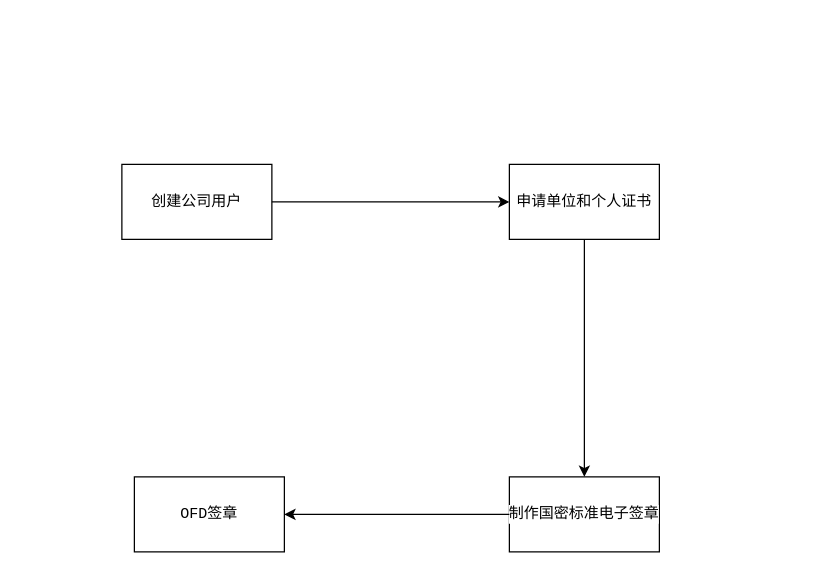
Before: page "SAAS签章流程" (3 of 3) of source/可信数据交换一体机功能清单.drawio in SmileCJX/processon, a draw.io diagram. Source tidied: cells renumbered, new cells numbered last; positions are measured from the earlier drawing's top-left corner, leaving out a move shared by most shapes. Both pictures are drawn from the tidied source at 125%, with x=0, y=0 at pixel (121, 164).
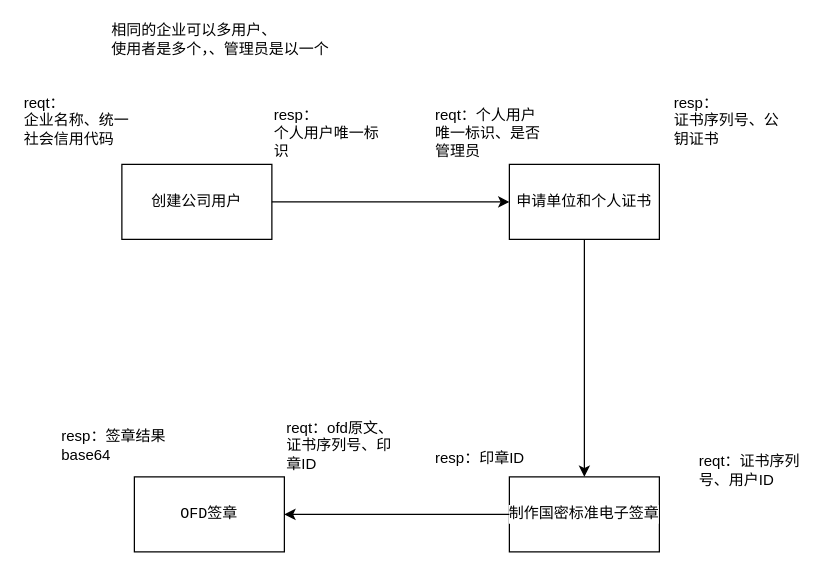
The same page after the edit.

Commit message:
更新可信数据交换一体机功能清单.drawio

Diff of the diagram source:
```diff
@@
 <mxGraphModel>
   <root>
     <mxCell id="0" />
     <mxCell id="1" parent="0" />
     <mxCell id="2" value="申请单位和个人证书" style="rounded=0;whiteSpace=wrap;html=1;" parent="1" vertex="1">
       <mxGeometry x="310" width="120" height="60" as="geometry" />
     </mxCell>
     <mxCell id="3" value="创建公司用户" style="rounded=0;whiteSpace=wrap;html=1;" parent="1" vertex="1">
       <mxGeometry width="120" height="60" as="geometry" />
     </mxCell>
     <mxCell id="4" style="endArrow=classic;html=1;exitX=1;exitY=0.5;exitDx=0;exitDy=0;entryX=0;entryY=0.5;entryDx=0;entryDy=0;" parent="1" edge="1" source="3" target="2">
       <mxGeometry relative="1" as="geometry" />
     </mxCell>
     <mxCell id="5" value="&lt;pre style=&quot;background-color: rgb(255 , 255 , 255) ; font-size: 9pt&quot;&gt;制作国密标准电子签章&lt;/pre&gt;" style="rounded=0;whiteSpace=wrap;html=1;" parent="1" vertex="1">
       <mxGeometry x="310" y="250" width="120" height="60" as="geometry" />
     </mxCell>
     <mxCell id="6" style="endArrow=classic;html=1;exitX=0.5;exitY=1;exitDx=0;exitDy=0;" parent="1" edge="1" source="2" target="5">
       <mxGeometry relative="1" as="geometry" />
     </mxCell>
     <mxCell id="7" value="&lt;pre style=&quot;background-color: rgb(255 , 255 , 255) ; font-size: 9pt&quot;&gt;OFD签章&lt;/pre&gt;" style="rounded=0;whiteSpace=wrap;html=1;" parent="1" vertex="1">
       <mxGeometry x="10" y="250" width="120" height="60" as="geometry" />
     </mxCell>
     <mxCell id="8" style="endArrow=classic;html=1;exitX=0;exitY=0.5;exitDx=0;exitDy=0;entryX=1;entryY=0.5;entryDx=0;entryDy=0;" parent="1" edge="1" source="5" target="7">
       <mxGeometry relative="1" as="geometry" />
     </mxCell>
+    <mxCell id="9" value="resp：&lt;br&gt;个人用户唯一标识" style="text;html=1;strokeColor=none;fillColor=none;align=left;verticalAlign=middle;whiteSpace=wrap;rounded=0;" parent="1" vertex="1">
+      <mxGeometry x="120" y="-40" width="90" height="30" as="geometry" />
+    </mxCell>
+    <mxCell id="10" value="reqt：&lt;br&gt;企业名称、统一社会信用代码" style="text;html=1;strokeColor=none;fillColor=none;align=left;verticalAlign=middle;whiteSpace=wrap;rounded=0;" parent="1" vertex="1">
+      <mxGeometry x="-80" y="-50" width="90" height="30" as="geometry" />
+    </mxCell>
+    <mxCell id="11" value="reqt：个人用户唯一标识、是否管理员" style="text;html=1;strokeColor=none;fillColor=none;align=left;verticalAlign=middle;whiteSpace=wrap;rounded=0;" parent="1" vertex="1">
+      <mxGeometry x="249" y="-40" width="90" height="30" as="geometry" />
+    </mxCell>
+    <mxCell id="12" value="resp：&lt;br&gt;证书序列号、公钥证书" style="text;html=1;strokeColor=none;fillColor=none;align=left;verticalAlign=middle;whiteSpace=wrap;rounded=0;" parent="1" vertex="1">
+      <mxGeometry x="440" y="-50" width="90" height="30" as="geometry" />
+    </mxCell>
+    <mxCell id="13" value="reqt：证书序列号、用户ID" style="text;html=1;strokeColor=none;fillColor=none;align=left;verticalAlign=middle;whiteSpace=wrap;rounded=0;" parent="1" vertex="1">
+      <mxGeometry x="460" y="230" width="90" height="30" as="geometry" />
+    </mxCell>
+    <mxCell id="14" value="resp：印章ID" style="text;html=1;strokeColor=none;fillColor=none;align=left;verticalAlign=middle;whiteSpace=wrap;rounded=0;" parent="1" vertex="1">
+      <mxGeometry x="249" y="220" width="90" height="30" as="geometry" />
+    </mxCell>
+    <mxCell id="15" value="reqt：ofd原文、证书序列号、印章ID" style="text;html=1;strokeColor=none;fillColor=none;align=left;verticalAlign=middle;whiteSpace=wrap;rounded=0;" parent="1" vertex="1">
+      <mxGeometry x="130" y="210" width="90" height="30" as="geometry" />
+    </mxCell>
+    <mxCell id="16" value="resp：签章结果base64" style="text;html=1;strokeColor=none;fillColor=none;align=left;verticalAlign=middle;whiteSpace=wrap;rounded=0;" parent="1" vertex="1">
+      <mxGeometry x="-50" y="210" width="90" height="30" as="geometry" />
+    </mxCell>
+    <mxCell id="17" value="相同的企业可以多用户、&lt;br&gt;使用者是多个，、管理员是以一个" style="text;html=1;strokeColor=none;fillColor=none;align=left;verticalAlign=middle;whiteSpace=wrap;rounded=0;" parent="1" vertex="1">
+      <mxGeometry x="-10" y="-110" width="200" height="20" as="geometry" />
+    </mxCell>
   </root>
 </mxGraphModel>
```
